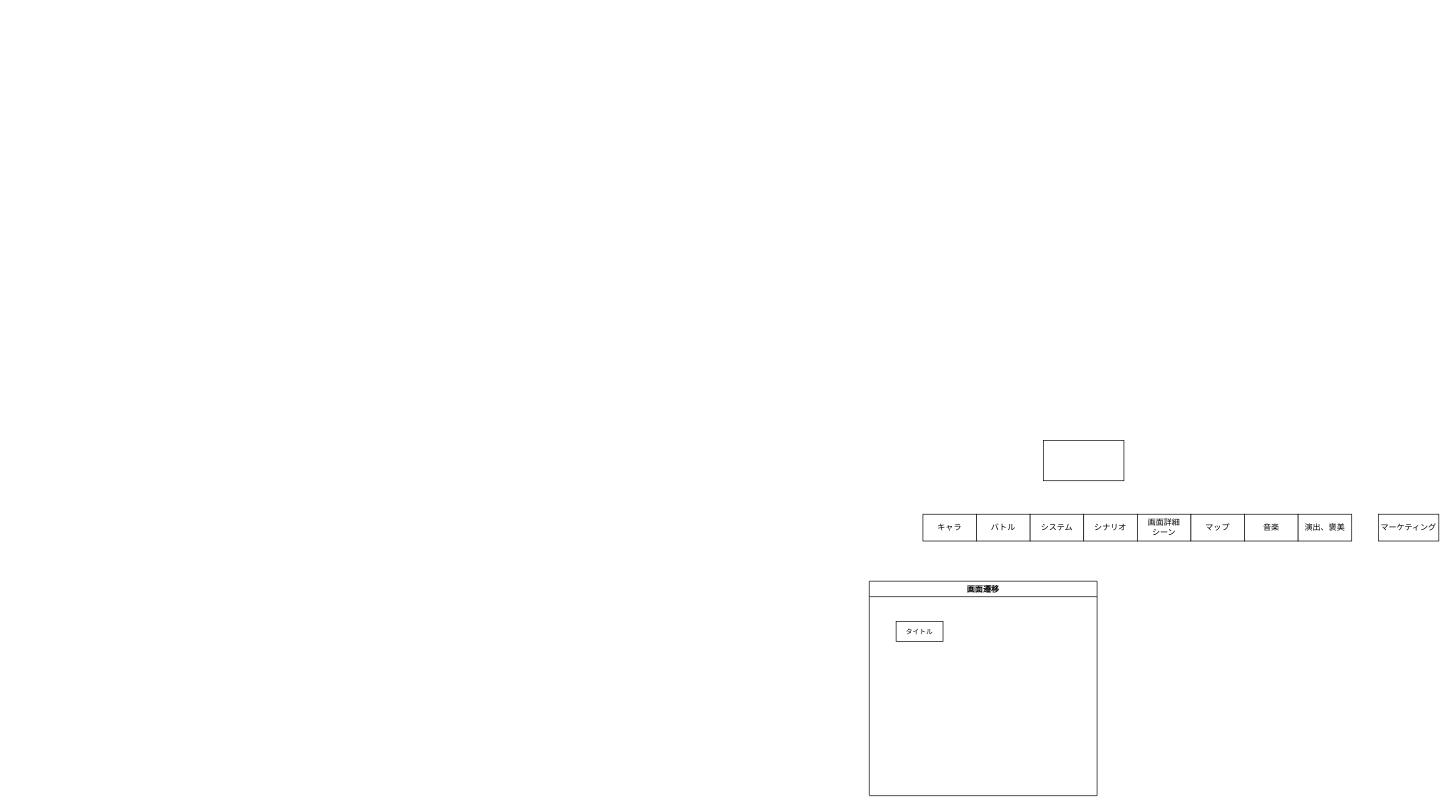
Earlier version of the draw.io diagram 魔弾秘話.drawio (77Yoshida77/git-test). Source tidied: cells renumbered, new cells numbered last; positions are measured from the earlier drawing's top-left corner, leaving out a move shared by most shapes. Both pictures are drawn from the tidied source at 67%, with x=0, y=0 at pixel (869, 440).
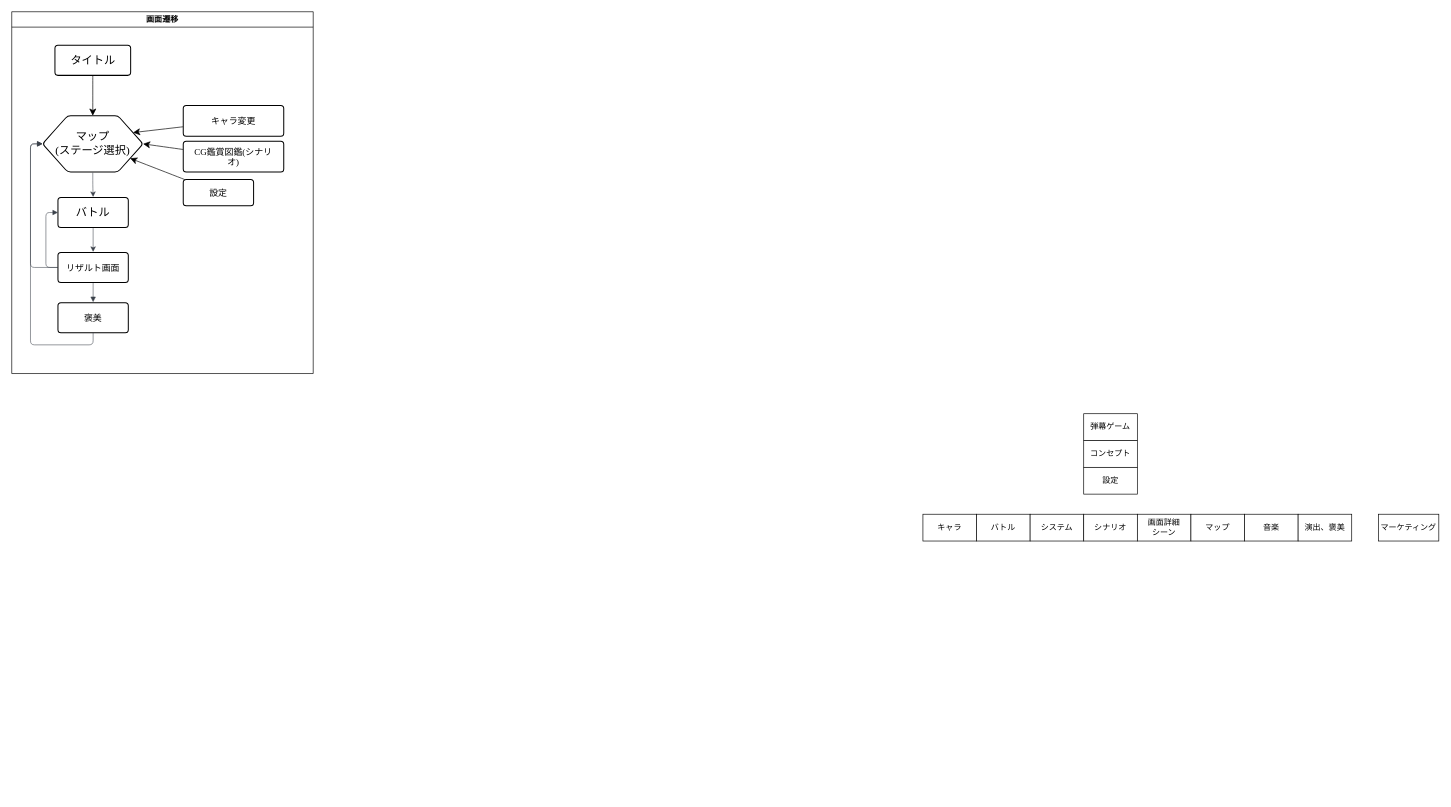
Above is the later version.

Commit message (it also covers changes not shown here):
魔弾秘話.drawio を更新します

Change to the diagram source:
```diff
@@
-    <mxCell id="2" style="rounded=0;whiteSpace=wrap;html=1;" parent="1" vertex="1">
-      <mxGeometry x="260" width="120" height="60" as="geometry" />
-    </mxCell>
@@
     <mxCell id="12" value="画面遷移" style="swimlane;whiteSpace=wrap;html=1;" parent="1" vertex="1">
-      <mxGeometry y="210" width="340" height="320" as="geometry" />
+      <mxGeometry x="-1280" y="-640" width="450" height="540" as="geometry" />
     </mxCell>
+    <mxCell id="14" style="edgeStyle=none;curved=1;rounded=0;jettySize=auto;html=1;entryX=0.5;entryY=0;entryDx=0;entryDy=0;fontSize=12;startSize=8;endSize=8;" parent="12" edge="1" source="13" target="15">
+      <mxGeometry relative="1" as="geometry" />
+    </mxCell>
-    <mxCell id="13" value="&lt;span style=&quot;font-size: 10px;&quot;&gt;タイトル&lt;/span&gt;" style="rounded=0;whiteSpace=wrap;html=1;" parent="12" vertex="1">
-      <mxGeometry x="40" y="60" width="70" height="30" as="geometry" />
+    <mxCell id="13" value="タイトル" style="html=1;overflow=block;blockSpacing=1;whiteSpace=wrap;fontSize=16.7;fontFamily=Liberation Serif;spacing=9;strokeOpacity=100;fillOpacity=100;rounded=1;absoluteArcSize=1;arcSize=9;fillColor=#ffffff;strokeWidth=1.5;lucidId=kPp_0vIscgmZ;" parent="12" vertex="1">
+      <mxGeometry x="64.5" y="50" width="113" height="45" as="geometry" />
     </mxCell>
+    <mxCell id="15" value="マップ&#10;(ステージ選択)" style="html=1;overflow=block;blockSpacing=1;whiteSpace=wrap;shape=hexagon;perimeter=hexagonPerimeter2;fontSize=16.7;fontFamily=Liberation Serif;spacing=9;strokeOpacity=100;fillOpacity=100;rounded=1;absoluteArcSize=1;arcSize=9;fillColor=#ffffff;strokeWidth=1.5;lucidId=HPp_g6DX.oVM;" parent="12" vertex="1">
+      <mxGeometry x="46" y="155.2" width="150" height="84" as="geometry" />
+    </mxCell>
+    <mxCell id="16" style="html=1;jettySize=18;whiteSpace=wrap;fontSize=13;strokeColor=#3a414a;strokeOpacity=100;strokeWidth=0.8;rounded=1;arcSize=12;edgeStyle=orthogonalEdgeStyle;startArrow=none;exitX=0.5;exitY=1.009;exitPerimeter=0;entryX=0.5;entryY=-0.017;entryPerimeter=0;lucidId=YPp_p4jqoK5K;" parent="12" edge="1" source="15" target="22">
+      <mxGeometry relative="1" as="geometry" />
+    </mxCell>
+    <mxCell id="17" style="html=1;jettySize=18;whiteSpace=wrap;fontSize=13;strokeColor=#3a414a;strokeOpacity=100;strokeWidth=0.8;rounded=1;arcSize=12;edgeStyle=orthogonalEdgeStyle;startArrow=none;endArrow=block;endFill=1;exitX=0;exitY=0.5;exitPerimeter=0;entryX=0;entryY=0.5;entryPerimeter=0;lucidId=iRp_U.ZpQ6nY;" parent="12" edge="1" source="21" target="15">
+      <mxGeometry relative="1" as="geometry" />
+    </mxCell>
+    <mxCell id="18" style="html=1;jettySize=18;whiteSpace=wrap;fontSize=13;strokeColor=#3a414a;strokeOpacity=100;strokeWidth=0.8;rounded=1;arcSize=12;edgeStyle=orthogonalEdgeStyle;startArrow=none;exitX=0.5;exitY=1.017;exitPerimeter=0;entryX=0.5;entryY=-0.017;entryPerimeter=0;lucidId=IRp_zih5VrXU;" parent="12" edge="1" source="22" target="21">
+      <mxGeometry relative="1" as="geometry" />
+    </mxCell>
+    <mxCell id="19" value="褒美" style="html=1;overflow=block;blockSpacing=1;whiteSpace=wrap;fontSize=13.3;fontFamily=Liberation Serif;spacing=9;strokeOpacity=100;fillOpacity=100;rounded=1;absoluteArcSize=1;arcSize=9;fillColor=#ffffff;strokeWidth=1.5;lucidId=URp_XO8~TO7H;" parent="12" vertex="1">
+      <mxGeometry x="69" y="434.2" width="105" height="45" as="geometry" />
+    </mxCell>
+    <mxCell id="20" style="html=1;jettySize=18;whiteSpace=wrap;fontSize=13;strokeColor=#3a414a;strokeOpacity=100;strokeWidth=0.8;rounded=1;arcSize=12;edgeStyle=orthogonalEdgeStyle;startArrow=none;endArrow=block;endFill=1;exitX=0.5;exitY=1;exitPerimeter=0;entryX=0;entryY=0.5;entryPerimeter=0;lucidId=-Rp_zgVrWqmK;" parent="12" edge="1" source="19" target="15">
+      <mxGeometry relative="1" as="geometry" />
+    </mxCell>
+    <mxCell id="21" value="リザルト画面" style="html=1;overflow=block;blockSpacing=1;whiteSpace=wrap;fontSize=13.3;fontFamily=Liberation Serif;spacing=9;strokeOpacity=100;fillOpacity=100;rounded=1;absoluteArcSize=1;arcSize=9;fillColor=#ffffff;strokeWidth=1.5;lucidId=CQp_OMvq8ycB;" parent="12" vertex="1">
+      <mxGeometry x="69" y="359.2" width="105" height="45" as="geometry" />
+    </mxCell>
+    <mxCell id="22" value="バトル" style="html=1;overflow=block;blockSpacing=1;whiteSpace=wrap;fontSize=16.7;fontFamily=Liberation Serif;spacing=9;strokeOpacity=100;fillOpacity=100;rounded=1;absoluteArcSize=1;arcSize=9;fillColor=#ffffff;strokeWidth=1.5;lucidId=RPp__IdNU57F;" parent="12" vertex="1">
+      <mxGeometry x="69" y="277.2" width="105" height="45" as="geometry" />
+    </mxCell>
+    <mxCell id="23" style="edgeStyle=none;curved=1;rounded=0;jettySize=auto;html=1;entryX=1;entryY=0.5;entryDx=0;entryDy=0;fontSize=12;startSize=8;endSize=8;" parent="12" edge="1" source="24" target="15">
+      <mxGeometry relative="1" as="geometry" />
+    </mxCell>
+    <mxCell id="24" value="CG鑑賞図鑑(シナリオ)" style="html=1;overflow=block;blockSpacing=1;whiteSpace=wrap;fontSize=13.3;fontFamily=Liberation Serif;spacing=9;strokeOpacity=100;fillOpacity=100;rounded=1;absoluteArcSize=1;arcSize=9;fillColor=#ffffff;strokeWidth=1.5;lucidId=DTp_lzPgFEyx;" parent="12" vertex="1">
+      <mxGeometry x="256" y="193.2" width="150" height="46" as="geometry" />
+    </mxCell>
+    <mxCell id="25" style="html=1;jettySize=18;whiteSpace=wrap;fontSize=13;strokeColor=#3a414a;strokeOpacity=100;strokeWidth=0.8;rounded=1;arcSize=12;edgeStyle=orthogonalEdgeStyle;startArrow=none;endArrow=block;endFill=1;exitX=0.5;exitY=1.017;exitPerimeter=0;entryX=0.5;entryY=-0.017;entryPerimeter=0;lucidId=sWp_4ux3iM2-;" parent="12" edge="1" source="21" target="19">
+      <mxGeometry relative="1" as="geometry" />
+    </mxCell>
+    <mxCell id="26" style="html=1;jettySize=18;whiteSpace=wrap;fontSize=13;strokeColor=#3a414a;strokeOpacity=100;strokeWidth=0.8;rounded=1;arcSize=12;edgeStyle=orthogonalEdgeStyle;startArrow=none;endArrow=block;endFill=1;exitX=0;exitY=0.5;exitPerimeter=0;entryX=0;entryY=0.5;entryPerimeter=0;lucidId=1Wp_5VIl7bbJ;" parent="12" edge="1" source="21" target="22">
+      <mxGeometry relative="1" as="geometry" />
+    </mxCell>
+    <mxCell id="27" style="edgeStyle=none;curved=1;rounded=0;jettySize=auto;html=1;fontSize=12;startSize=8;endSize=8;" parent="12" edge="1" source="28" target="15">
+      <mxGeometry relative="1" as="geometry" />
+    </mxCell>
+    <mxCell id="28" value="設定" style="html=1;overflow=block;blockSpacing=1;whiteSpace=wrap;fontSize=13.3;fontFamily=Liberation Serif;spacing=9;strokeOpacity=100;fillOpacity=100;rounded=1;absoluteArcSize=1;arcSize=9;fillColor=#ffffff;strokeWidth=1.5;lucidId=qXp_pcBurZGV;" parent="12" vertex="1">
+      <mxGeometry x="256" y="250.5" width="105" height="39" as="geometry" />
+    </mxCell>
+    <mxCell id="29" style="edgeStyle=none;curved=1;rounded=0;jettySize=auto;html=1;entryX=1;entryY=0.25;entryDx=0;entryDy=0;fontSize=12;startSize=8;endSize=8;" parent="12" edge="1" source="30" target="15">
+      <mxGeometry relative="1" as="geometry" />
+    </mxCell>
+    <mxCell id="30" value="キャラ変更" style="html=1;overflow=block;blockSpacing=1;whiteSpace=wrap;fontSize=13.3;fontFamily=Liberation Serif;spacing=9;strokeOpacity=100;fillOpacity=100;rounded=1;absoluteArcSize=1;arcSize=9;fillColor=#ffffff;strokeWidth=1.5;lucidId=h0p_g2LJ4blC;" parent="12" vertex="1">
+      <mxGeometry x="256" y="140" width="150" height="46" as="geometry" />
+    </mxCell>
+    <mxCell id="31" value="コンセプト" style="rounded=0;whiteSpace=wrap;html=1;" parent="1" vertex="1">
+      <mxGeometry x="320" width="80" height="40" as="geometry" />
+    </mxCell>
+    <mxCell id="32" value="設定" style="rounded=0;whiteSpace=wrap;html=1;" parent="1" vertex="1">
+      <mxGeometry x="320" y="40" width="80" height="40" as="geometry" />
+    </mxCell>
+    <mxCell id="33" value="弾幕ゲーム" style="rounded=0;whiteSpace=wrap;html=1;" parent="1" vertex="1">
+      <mxGeometry x="320" y="-40" width="80" height="40" as="geometry" />
+    </mxCell>
```
